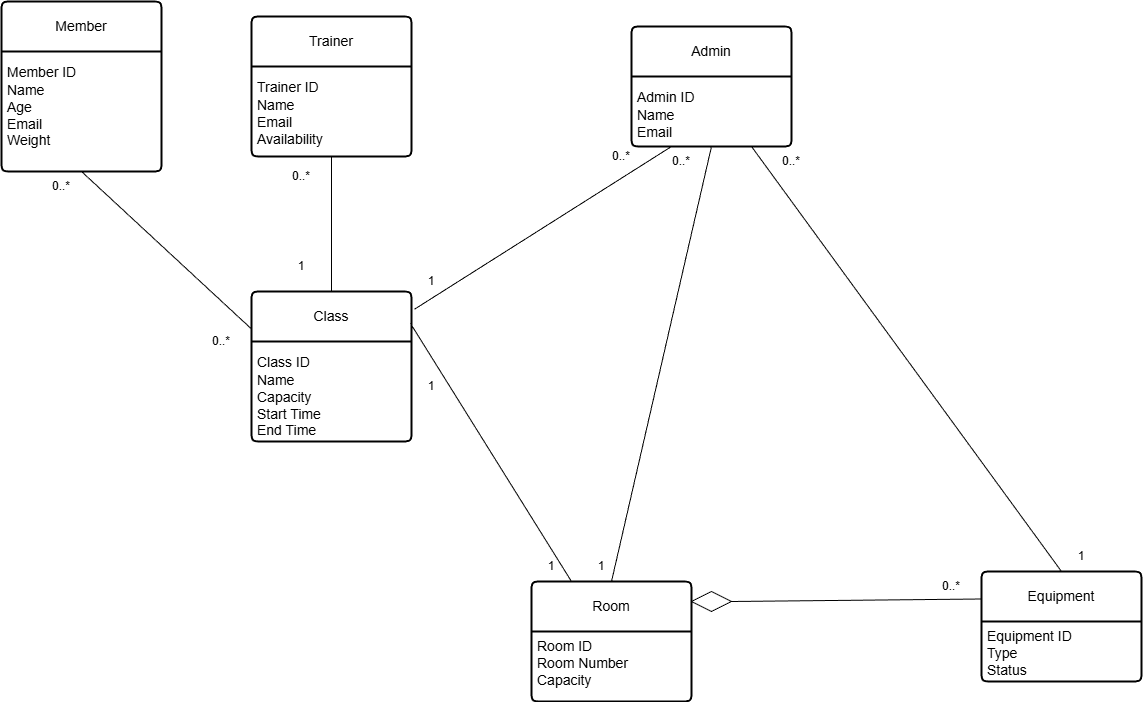
Before: docs/ER Model.png, a diagram exported from draw.io (AissatouB26/Health-and-Fitness-Club-Management-System). Source tidied: cells renumbered, new cells last; positions are measured from the earlier drawing's top-left corner, leaving out a move shared by most shapes. The source it was exported from:
```xml
<mxGraphModel>
  <root>
    <mxCell id="0" />
    <mxCell id="1" parent="0" />
    <mxCell id="2" value="Member" style="swimlane;horizontal=1;startSize=50;rounded=1;fontSize=14;fontStyle=0;strokeWidth=2;shadow=0;dashed=0;align=center;arcSize=4;whiteSpace=wrap;html=1;" parent="1" vertex="1">
      <mxGeometry width="160" height="170" as="geometry" />
    </mxCell>
    <mxCell id="3" value="&lt;font face=&quot;Helvetica&quot;&gt;&lt;font style=&quot;box-sizing: content-box; -webkit-font-smoothing: antialiased; scrollbar-width: thin; font-size: 20px;&quot;&gt;&lt;font style=&quot;box-sizing: content-box; -webkit-font-smoothing: antialiased; scrollbar-width: thin; font-size: 14px;&quot;&gt;Member ID&lt;/font&gt;&lt;br style=&quot;box-sizing: content-box; -webkit-font-smoothing: antialiased; scrollbar-width: thin;&quot;&gt;&lt;/font&gt;&lt;font style=&quot;box-sizing: content-box; -webkit-font-smoothing: antialiased; scrollbar-width: thin; font-size: 14px;&quot;&gt;Name&lt;/font&gt;&lt;br style=&quot;box-sizing: content-box; -webkit-font-smoothing: antialiased; scrollbar-width: thin; font-size: 20px;&quot;&gt;&lt;font style=&quot;box-sizing: content-box; -webkit-font-smoothing: antialiased; scrollbar-width: thin; font-size: 14px;&quot;&gt;Age&lt;/font&gt;&lt;br style=&quot;box-sizing: content-box; -webkit-font-smoothing: antialiased; scrollbar-width: thin; font-size: 20px;&quot;&gt;&lt;font style=&quot;box-sizing: content-box; -webkit-font-smoothing: antialiased; scrollbar-width: thin; font-size: 14px;&quot;&gt;Email&lt;/font&gt;&lt;br style=&quot;box-sizing: content-box; -webkit-font-smoothing: antialiased; scrollbar-width: thin; font-size: 20px;&quot;&gt;&lt;font style=&quot;box-sizing: content-box; -webkit-font-smoothing: antialiased; scrollbar-width: thin; font-size: 14px;&quot;&gt;Weight&lt;/font&gt;&lt;/font&gt;" style="align=left;strokeColor=none;fillColor=none;spacingLeft=4;spacingRight=4;fontSize=12;verticalAlign=top;html=1;whiteSpace=wrap;" parent="2" vertex="1">
      <mxGeometry y="50" width="160" height="120" as="geometry" />
    </mxCell>
    <mxCell id="4" value="Trainer" style="swimlane;horizontal=1;startSize=50;rounded=1;fontSize=14;fontStyle=0;strokeWidth=2;shadow=0;dashed=0;align=center;arcSize=4;whiteSpace=wrap;html=1;" parent="1" vertex="1">
      <mxGeometry x="250" y="15" width="160" height="140" as="geometry" />
    </mxCell>
    <mxCell id="5" value="&lt;font face=&quot;Helvetica&quot;&gt;&lt;font style=&quot;box-sizing: content-box; -webkit-font-smoothing: antialiased; scrollbar-width: thin; font-size: 20px;&quot;&gt;&lt;font style=&quot;box-sizing: content-box; -webkit-font-smoothing: antialiased; scrollbar-width: thin; font-size: 14px;&quot;&gt;Trainer ID&lt;/font&gt;&lt;br style=&quot;box-sizing: content-box; -webkit-font-smoothing: antialiased; scrollbar-width: thin;&quot;&gt;&lt;/font&gt;&lt;font style=&quot;box-sizing: content-box; -webkit-font-smoothing: antialiased; scrollbar-width: thin; font-size: 14px;&quot;&gt;Name&lt;/font&gt;&lt;br style=&quot;box-sizing: content-box; -webkit-font-smoothing: antialiased; scrollbar-width: thin; font-size: 20px;&quot;&gt;&lt;font style=&quot;box-sizing: content-box; -webkit-font-smoothing: antialiased; scrollbar-width: thin; font-size: 14px;&quot;&gt;Email&lt;/font&gt;&lt;br style=&quot;box-sizing: content-box; -webkit-font-smoothing: antialiased; scrollbar-width: thin; font-size: 20px;&quot;&gt;&lt;span style=&quot;font-size: 14px;&quot;&gt;Availability&lt;/span&gt;&lt;/font&gt;" style="align=left;strokeColor=none;fillColor=none;spacingLeft=4;spacingRight=4;fontSize=12;verticalAlign=top;html=1;whiteSpace=wrap;" parent="4" vertex="1">
      <mxGeometry y="50" width="160" height="90" as="geometry" />
    </mxCell>
    <mxCell id="6" value="Admin" style="swimlane;horizontal=1;startSize=50;rounded=1;fontSize=14;fontStyle=0;strokeWidth=2;shadow=0;dashed=0;align=center;arcSize=4;whiteSpace=wrap;html=1;" parent="1" vertex="1">
      <mxGeometry x="630" y="25" width="160" height="120" as="geometry" />
    </mxCell>
    <mxCell id="7" value="&lt;font face=&quot;Helvetica&quot;&gt;&lt;font style=&quot;box-sizing: content-box; -webkit-font-smoothing: antialiased; scrollbar-width: thin; font-size: 20px;&quot;&gt;&lt;font style=&quot;box-sizing: content-box; -webkit-font-smoothing: antialiased; scrollbar-width: thin; font-size: 14px;&quot;&gt;Admin ID&lt;/font&gt;&lt;br style=&quot;box-sizing: content-box; -webkit-font-smoothing: antialiased; scrollbar-width: thin;&quot;&gt;&lt;/font&gt;&lt;font style=&quot;box-sizing: content-box; -webkit-font-smoothing: antialiased; scrollbar-width: thin; font-size: 14px;&quot;&gt;Name&lt;/font&gt;&lt;br style=&quot;box-sizing: content-box; -webkit-font-smoothing: antialiased; scrollbar-width: thin; font-size: 20px;&quot;&gt;&lt;font style=&quot;box-sizing: content-box; -webkit-font-smoothing: antialiased; scrollbar-width: thin; font-size: 14px;&quot;&gt;Email&lt;/font&gt;&lt;br&gt;&lt;/font&gt;" style="align=left;strokeColor=none;fillColor=none;spacingLeft=4;spacingRight=4;fontSize=12;verticalAlign=top;html=1;whiteSpace=wrap;" parent="6" vertex="1">
      <mxGeometry y="50" width="160" height="70" as="geometry" />
    </mxCell>
    <mxCell id="8" value="Class" style="swimlane;horizontal=1;startSize=50;rounded=1;fontSize=14;fontStyle=0;strokeWidth=2;shadow=0;dashed=0;align=center;arcSize=4;whiteSpace=wrap;html=1;" parent="1" vertex="1">
      <mxGeometry x="250" y="290" width="160" height="150" as="geometry" />
    </mxCell>
    <mxCell id="9" value="&lt;font face=&quot;Helvetica&quot;&gt;&lt;font style=&quot;box-sizing: content-box; -webkit-font-smoothing: antialiased; scrollbar-width: thin; font-size: 20px;&quot;&gt;&lt;font style=&quot;box-sizing: content-box; -webkit-font-smoothing: antialiased; scrollbar-width: thin; font-size: 14px;&quot;&gt;Class ID&lt;/font&gt;&lt;br style=&quot;box-sizing: content-box; -webkit-font-smoothing: antialiased; scrollbar-width: thin;&quot;&gt;&lt;/font&gt;&lt;span style=&quot;font-size: 14px;&quot;&gt;Name&lt;/span&gt;&lt;/font&gt;&lt;div&gt;&lt;font face=&quot;Helvetica&quot;&gt;&lt;span style=&quot;font-size: 14px;&quot;&gt;Capacity&lt;/span&gt;&lt;/font&gt;&lt;/div&gt;&lt;div&gt;&lt;font face=&quot;Helvetica&quot;&gt;&lt;span style=&quot;font-size: 14px;&quot;&gt;Start Time&lt;/span&gt;&lt;/font&gt;&lt;/div&gt;&lt;div&gt;&lt;span style=&quot;font-size: 14px;&quot;&gt;End Time&lt;/span&gt;&lt;/div&gt;" style="align=left;strokeColor=none;fillColor=none;spacingLeft=4;spacingRight=4;fontSize=12;verticalAlign=top;html=1;whiteSpace=wrap;" parent="8" vertex="1">
      <mxGeometry y="50" width="160" height="100" as="geometry" />
    </mxCell>
    <mxCell id="10" value="Room" style="swimlane;horizontal=1;startSize=50;rounded=1;fontSize=14;fontStyle=0;strokeWidth=2;shadow=0;dashed=0;align=center;arcSize=4;whiteSpace=wrap;html=1;" parent="1" vertex="1">
      <mxGeometry x="530" y="580" width="160" height="120" as="geometry" />
    </mxCell>
    <mxCell id="11" value="&lt;span style=&quot;font-size: 14px;&quot;&gt;Room ID&lt;/span&gt;&lt;div&gt;&lt;span style=&quot;font-size: 14px;&quot;&gt;Room Number&lt;/span&gt;&lt;/div&gt;&lt;div&gt;&lt;span style=&quot;font-size: 14px;&quot;&gt;Capacity&lt;/span&gt;&lt;/div&gt;" style="align=left;strokeColor=none;fillColor=none;spacingLeft=4;spacingRight=4;fontSize=12;verticalAlign=top;html=1;whiteSpace=wrap;" parent="10" vertex="1">
      <mxGeometry y="50" width="160" height="70" as="geometry" />
    </mxCell>
    <mxCell id="12" value="Equipment" style="swimlane;horizontal=1;startSize=50;rounded=1;fontSize=14;fontStyle=0;strokeWidth=2;shadow=0;dashed=0;align=center;arcSize=4;whiteSpace=wrap;html=1;" parent="1" vertex="1">
      <mxGeometry x="980" y="570" width="160" height="110" as="geometry" />
    </mxCell>
    <mxCell id="13" value="&lt;div&gt;&lt;span style=&quot;font-size: 14px;&quot;&gt;Equipment ID&lt;/span&gt;&lt;/div&gt;&lt;div&gt;&lt;span style=&quot;font-size: 14px;&quot;&gt;Type&lt;/span&gt;&lt;/div&gt;&lt;div&gt;&lt;span style=&quot;font-size: 14px;&quot;&gt;Status&lt;/span&gt;&lt;/div&gt;&lt;div&gt;&lt;br&gt;&lt;/div&gt;" style="align=left;strokeColor=none;fillColor=none;spacingLeft=4;spacingRight=4;fontSize=12;verticalAlign=top;html=1;whiteSpace=wrap;" parent="12" vertex="1">
      <mxGeometry y="50" width="160" height="60" as="geometry" />
    </mxCell>
    <mxCell id="14" style="endArrow=none;html=1;rounded=0;entryX=0.25;entryY=0;entryDx=0;entryDy=0;" parent="1" edge="1" target="10">
      <mxGeometry relative="1" as="geometry">
        <mxPoint x="409" y="322" as="sourcePoint" />
      </mxGeometry>
    </mxCell>
    <mxCell id="15" style="endArrow=none;html=1;rounded=0;entryX=0.25;entryY=1;entryDx=0;entryDy=0;exitX=1.019;exitY=0.118;exitDx=0;exitDy=0;exitPerimeter=0;" parent="1" edge="1" source="8" target="7">
      <mxGeometry relative="1" as="geometry" />
    </mxCell>
    <mxCell id="16" style="endArrow=none;html=1;rounded=0;entryX=0.5;entryY=1;entryDx=0;entryDy=0;exitX=0.5;exitY=0;exitDx=0;exitDy=0;" parent="1" edge="1" source="10" target="7">
      <mxGeometry relative="1" as="geometry" />
    </mxCell>
    <mxCell id="17" style="endArrow=none;html=1;rounded=0;fontSize=12;startSize=8;endSize=8;curved=1;exitX=0.5;exitY=1;exitDx=0;exitDy=0;entryX=0;entryY=0.25;entryDx=0;entryDy=0;" parent="1" edge="1" source="3" target="8">
      <mxGeometry relative="1" as="geometry" />
    </mxCell>
    <mxCell id="18" value="0..*" style="text;html=1;whiteSpace=wrap;strokeColor=none;fillColor=none;align=center;verticalAlign=middle;rounded=0;" parent="1" vertex="1">
      <mxGeometry x="30" y="170" width="60" height="30" as="geometry" />
    </mxCell>
    <mxCell id="19" value="0..*" style="text;html=1;whiteSpace=wrap;strokeColor=none;fillColor=none;align=center;verticalAlign=middle;rounded=0;" parent="1" vertex="1">
      <mxGeometry x="190" y="325" width="60" height="30" as="geometry" />
    </mxCell>
    <mxCell id="20" style="endArrow=none;html=1;rounded=0;fontSize=12;startSize=8;endSize=8;curved=1;entryX=0.5;entryY=1;entryDx=0;entryDy=0;exitX=0.5;exitY=0;exitDx=0;exitDy=0;" parent="1" edge="1" source="8" target="5">
      <mxGeometry relative="1" as="geometry" />
    </mxCell>
    <mxCell id="21" value="0..*" style="text;html=1;whiteSpace=wrap;strokeColor=none;fillColor=none;align=center;verticalAlign=middle;rounded=0;" parent="1" vertex="1">
      <mxGeometry x="270" y="160" width="60" height="30" as="geometry" />
    </mxCell>
    <mxCell id="22" value="1" style="text;html=1;whiteSpace=wrap;strokeColor=none;fillColor=none;align=center;verticalAlign=middle;rounded=0;" parent="1" vertex="1">
      <mxGeometry x="270" y="250" width="60" height="30" as="geometry" />
    </mxCell>
    <mxCell id="23" value="0..*" style="text;html=1;whiteSpace=wrap;strokeColor=none;fillColor=none;align=center;verticalAlign=middle;rounded=0;" parent="1" vertex="1">
      <mxGeometry x="590" y="140" width="60" height="30" as="geometry" />
    </mxCell>
    <mxCell id="24" value="1" style="text;html=1;whiteSpace=wrap;strokeColor=none;fillColor=none;align=center;verticalAlign=middle;rounded=0;" parent="1" vertex="1">
      <mxGeometry x="400" y="265" width="60" height="30" as="geometry" />
    </mxCell>
    <mxCell id="25" value="1" style="text;html=1;whiteSpace=wrap;strokeColor=none;fillColor=none;align=center;verticalAlign=middle;rounded=0;" parent="1" vertex="1">
      <mxGeometry x="410" y="370" width="40" height="30" as="geometry" />
    </mxCell>
    <mxCell id="26" value="0..*" style="text;html=1;whiteSpace=wrap;strokeColor=none;fillColor=none;align=center;verticalAlign=middle;rounded=0;" parent="1" vertex="1">
      <mxGeometry x="650" y="145" width="60" height="30" as="geometry" />
    </mxCell>
    <mxCell id="27" value="1" style="text;html=1;whiteSpace=wrap;strokeColor=none;fillColor=none;align=center;verticalAlign=middle;rounded=0;" parent="1" vertex="1">
      <mxGeometry x="580" y="550" width="40" height="30" as="geometry" />
    </mxCell>
    <mxCell id="28" value="1" style="text;html=1;whiteSpace=wrap;strokeColor=none;fillColor=none;align=center;verticalAlign=middle;rounded=0;" parent="1" vertex="1">
      <mxGeometry x="530" y="550" width="40" height="30" as="geometry" />
    </mxCell>
    <mxCell id="29" style="rhombus;whiteSpace=wrap;html=1;" parent="1" vertex="1">
      <mxGeometry x="690" y="590" width="40" height="20" as="geometry" />
    </mxCell>
    <mxCell id="30" style="endArrow=none;html=1;rounded=0;fontSize=12;startSize=8;endSize=8;curved=1;entryX=0;entryY=0.25;entryDx=0;entryDy=0;exitX=1;exitY=0.5;exitDx=0;exitDy=0;" parent="1" edge="1" source="29" target="12">
      <mxGeometry relative="1" as="geometry" />
    </mxCell>
    <mxCell id="31" value="0..*" style="text;html=1;whiteSpace=wrap;strokeColor=none;fillColor=none;align=center;verticalAlign=middle;rounded=0;" parent="1" vertex="1">
      <mxGeometry x="920" y="570" width="60" height="30" as="geometry" />
    </mxCell>
    <mxCell id="32" style="endArrow=none;html=1;rounded=0;fontSize=12;startSize=8;endSize=8;curved=1;exitX=0.75;exitY=1;exitDx=0;exitDy=0;entryX=0.5;entryY=0;entryDx=0;entryDy=0;" parent="1" edge="1" source="7" target="12">
      <mxGeometry relative="1" as="geometry" />
    </mxCell>
    <mxCell id="33" value="0..*" style="text;html=1;whiteSpace=wrap;strokeColor=none;fillColor=none;align=center;verticalAlign=middle;rounded=0;" parent="1" vertex="1">
      <mxGeometry x="760" y="145" width="60" height="30" as="geometry" />
    </mxCell>
    <mxCell id="34" value="1" style="text;html=1;whiteSpace=wrap;strokeColor=none;fillColor=none;align=center;verticalAlign=middle;rounded=0;" parent="1" vertex="1">
      <mxGeometry x="1060" y="540" width="40" height="30" as="geometry" />
    </mxCell>
  </root>
</mxGraphModel>
```
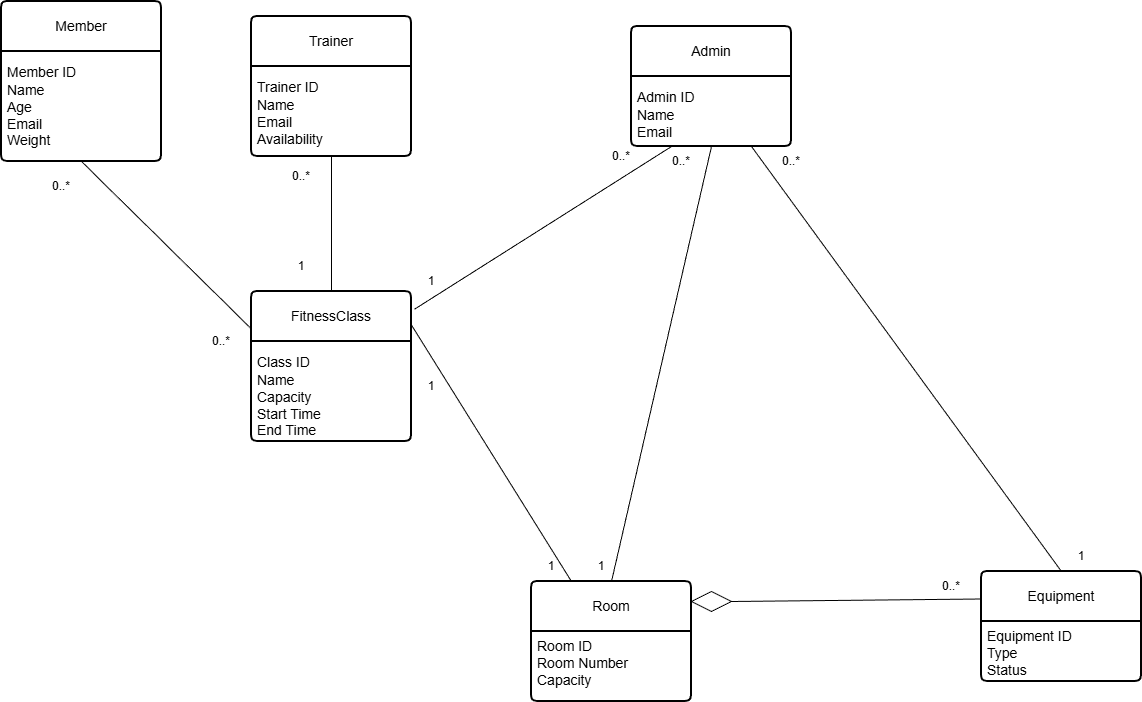
The same file after the commit.

The edit, as a diff of the source:
```diff
@@ -3,10 +3,10 @@
     <mxCell id="0" />
     <mxCell id="1" parent="0" />
     <mxCell id="2" value="Member" style="swimlane;horizontal=1;startSize=50;rounded=1;fontSize=14;fontStyle=0;strokeWidth=2;shadow=0;dashed=0;align=center;arcSize=4;whiteSpace=wrap;html=1;" parent="1" vertex="1">
-      <mxGeometry width="160" height="170" as="geometry" />
+      <mxGeometry width="160" height="160" as="geometry" />
     </mxCell>
     <mxCell id="3" value="&lt;font face=&quot;Helvetica&quot;&gt;&lt;font style=&quot;box-sizing: content-box; -webkit-font-smoothing: antialiased; scrollbar-width: thin; font-size: 20px;&quot;&gt;&lt;font style=&quot;box-sizing: content-box; -webkit-font-smoothing: antialiased; scrollbar-width: thin; font-size: 14px;&quot;&gt;Member ID&lt;/font&gt;&lt;br style=&quot;box-sizing: content-box; -webkit-font-smoothing: antialiased; scrollbar-width: thin;&quot;&gt;&lt;/font&gt;&lt;font style=&quot;box-sizing: content-box; -webkit-font-smoothing: antialiased; scrollbar-width: thin; font-size: 14px;&quot;&gt;Name&lt;/font&gt;&lt;br style=&quot;box-sizing: content-box; -webkit-font-smoothing: antialiased; scrollbar-width: thin; font-size: 20px;&quot;&gt;&lt;font style=&quot;box-sizing: content-box; -webkit-font-smoothing: antialiased; scrollbar-width: thin; font-size: 14px;&quot;&gt;Age&lt;/font&gt;&lt;br style=&quot;box-sizing: content-box; -webkit-font-smoothing: antialiased; scrollbar-width: thin; font-size: 20px;&quot;&gt;&lt;font style=&quot;box-sizing: content-box; -webkit-font-smoothing: antialiased; scrollbar-width: thin; font-size: 14px;&quot;&gt;Email&lt;/font&gt;&lt;br style=&quot;box-sizing: content-box; -webkit-font-smoothing: antialiased; scrollbar-width: thin; font-size: 20px;&quot;&gt;&lt;font style=&quot;box-sizing: content-box; -webkit-font-smoothing: antialiased; scrollbar-width: thin; font-size: 14px;&quot;&gt;Weight&lt;/font&gt;&lt;/font&gt;" style="align=left;strokeColor=none;fillColor=none;spacingLeft=4;spacingRight=4;fontSize=12;verticalAlign=top;html=1;whiteSpace=wrap;" parent="2" vertex="1">
-      <mxGeometry y="50" width="160" height="120" as="geometry" />
+      <mxGeometry y="50" width="160" height="110" as="geometry" />
     </mxCell>
     <mxCell id="4" value="Trainer" style="swimlane;horizontal=1;startSize=50;rounded=1;fontSize=14;fontStyle=0;strokeWidth=2;shadow=0;dashed=0;align=center;arcSize=4;whiteSpace=wrap;html=1;" parent="1" vertex="1">
       <mxGeometry x="250" y="15" width="160" height="140" as="geometry" />
@@ -20,7 +20,7 @@
     <mxCell id="7" value="&lt;font face=&quot;Helvetica&quot;&gt;&lt;font style=&quot;box-sizing: content-box; -webkit-font-smoothing: antialiased; scrollbar-width: thin; font-size: 20px;&quot;&gt;&lt;font style=&quot;box-sizing: content-box; -webkit-font-smoothing: antialiased; scrollbar-width: thin; font-size: 14px;&quot;&gt;Admin ID&lt;/font&gt;&lt;br style=&quot;box-sizing: content-box; -webkit-font-smoothing: antialiased; scrollbar-width: thin;&quot;&gt;&lt;/font&gt;&lt;font style=&quot;box-sizing: content-box; -webkit-font-smoothing: antialiased; scrollbar-width: thin; font-size: 14px;&quot;&gt;Name&lt;/font&gt;&lt;br style=&quot;box-sizing: content-box; -webkit-font-smoothing: antialiased; scrollbar-width: thin; font-size: 20px;&quot;&gt;&lt;font style=&quot;box-sizing: content-box; -webkit-font-smoothing: antialiased; scrollbar-width: thin; font-size: 14px;&quot;&gt;Email&lt;/font&gt;&lt;br&gt;&lt;/font&gt;" style="align=left;strokeColor=none;fillColor=none;spacingLeft=4;spacingRight=4;fontSize=12;verticalAlign=top;html=1;whiteSpace=wrap;" parent="6" vertex="1">
       <mxGeometry y="50" width="160" height="70" as="geometry" />
     </mxCell>
-    <mxCell id="8" value="Class" style="swimlane;horizontal=1;startSize=50;rounded=1;fontSize=14;fontStyle=0;strokeWidth=2;shadow=0;dashed=0;align=center;arcSize=4;whiteSpace=wrap;html=1;" parent="1" vertex="1">
+    <mxCell id="8" value="FitnessClass" style="swimlane;horizontal=1;startSize=50;rounded=1;fontSize=14;fontStyle=0;strokeWidth=2;shadow=0;dashed=0;align=center;arcSize=4;whiteSpace=wrap;html=1;" parent="1" vertex="1">
       <mxGeometry x="250" y="290" width="160" height="150" as="geometry" />
     </mxCell>
     <mxCell id="9" value="&lt;font face=&quot;Helvetica&quot;&gt;&lt;font style=&quot;box-sizing: content-box; -webkit-font-smoothing: antialiased; scrollbar-width: thin; font-size: 20px;&quot;&gt;&lt;font style=&quot;box-sizing: content-box; -webkit-font-smoothing: antialiased; scrollbar-width: thin; font-size: 14px;&quot;&gt;Class ID&lt;/font&gt;&lt;br style=&quot;box-sizing: content-box; -webkit-font-smoothing: antialiased; scrollbar-width: thin;&quot;&gt;&lt;/font&gt;&lt;span style=&quot;font-size: 14px;&quot;&gt;Name&lt;/span&gt;&lt;/font&gt;&lt;div&gt;&lt;font face=&quot;Helvetica&quot;&gt;&lt;span style=&quot;font-size: 14px;&quot;&gt;Capacity&lt;/span&gt;&lt;/font&gt;&lt;/div&gt;&lt;div&gt;&lt;font face=&quot;Helvetica&quot;&gt;&lt;span style=&quot;font-size: 14px;&quot;&gt;Start Time&lt;/span&gt;&lt;/font&gt;&lt;/div&gt;&lt;div&gt;&lt;span style=&quot;font-size: 14px;&quot;&gt;End Time&lt;/span&gt;&lt;/div&gt;" style="align=left;strokeColor=none;fillColor=none;spacingLeft=4;spacingRight=4;fontSize=12;verticalAlign=top;html=1;whiteSpace=wrap;" parent="8" vertex="1">
```
